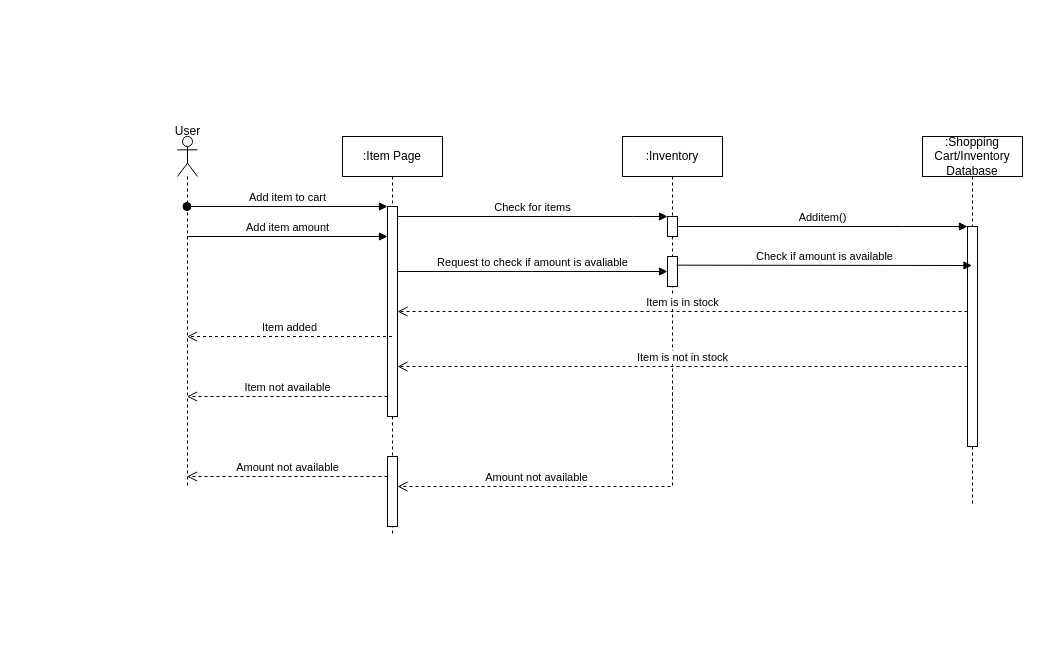
Above: Add item Sequence Diagram.drawio in adl409/SE-project-Group-5 (draw.io), before the change. Source tidied: cells renumbered, new cells numbered last; positions are measured from the earlier drawing's top-left corner, leaving out a move shared by most shapes. Both pictures are drawn from the tidied source at 100%, with x=0, y=0 at pixel (162, 116).
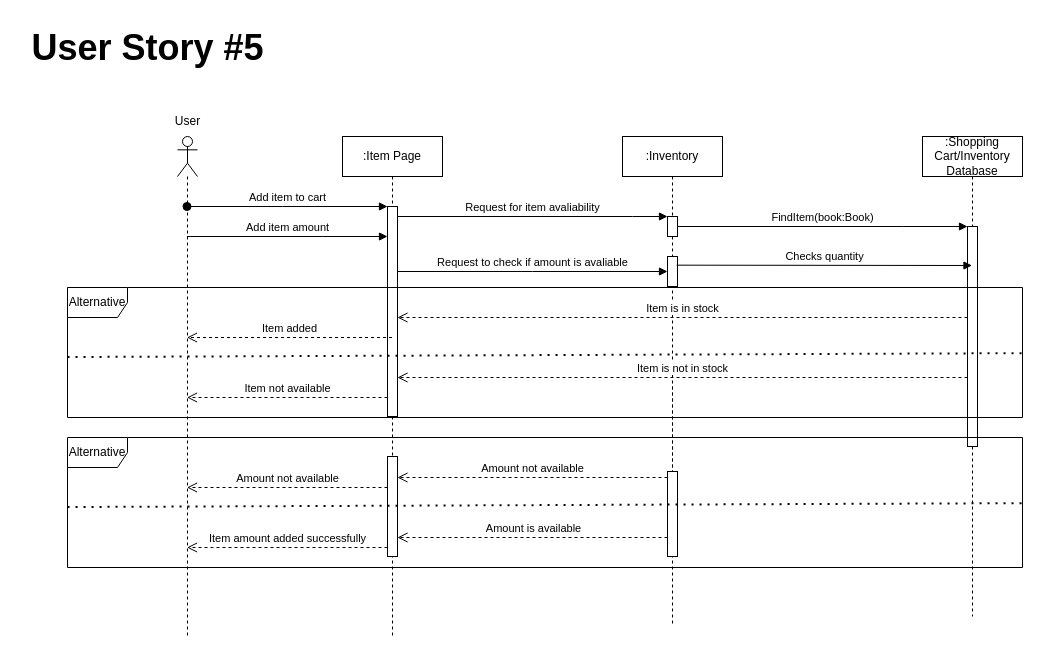
The same page after the edit.

Commit message:
Updated Add Sequence Diagrams Issue #10

Unchanged cells that the change refers to:
```xml
<mxCell id="3" style="html=1;points=[];perimeter=orthogonalPerimeter;outlineConnect=0;targetShapes=umlLifeline;portConstraint=eastwest;newEdgeStyle={&quot;edgeStyle&quot;:&quot;elbowEdgeStyle&quot;,&quot;elbow&quot;:&quot;vertical&quot;,&quot;curved&quot;:0,&quot;rounded&quot;:0};" parent="2" vertex="1">
  <mxGeometry x="45" y="70" width="10" height="210" as="geometry" />
</mxCell>
<mxCell id="12" style="html=1;points=[];perimeter=orthogonalPerimeter;outlineConnect=0;targetShapes=umlLifeline;portConstraint=eastwest;newEdgeStyle={&quot;edgeStyle&quot;:&quot;elbowEdgeStyle&quot;,&quot;elbow&quot;:&quot;vertical&quot;,&quot;curved&quot;:0,&quot;rounded&quot;:0};" parent="11" vertex="1">
  <mxGeometry x="45" y="80" width="10" height="20" as="geometry" />
</mxCell>
<mxCell id="13" style="html=1;points=[];perimeter=orthogonalPerimeter;outlineConnect=0;targetShapes=umlLifeline;portConstraint=eastwest;newEdgeStyle={&quot;edgeStyle&quot;:&quot;elbowEdgeStyle&quot;,&quot;elbow&quot;:&quot;vertical&quot;,&quot;curved&quot;:0,&quot;rounded&quot;:0};" parent="11" vertex="1">
  <mxGeometry x="45" y="120" width="10" height="30" as="geometry" />
</mxCell>
<mxCell id="17" style="html=1;points=[];perimeter=orthogonalPerimeter;outlineConnect=0;targetShapes=umlLifeline;portConstraint=eastwest;newEdgeStyle={&quot;edgeStyle&quot;:&quot;elbowEdgeStyle&quot;,&quot;elbow&quot;:&quot;vertical&quot;,&quot;curved&quot;:0,&quot;rounded&quot;:0};" parent="16" vertex="1">
  <mxGeometry x="45" y="90" width="10" height="220" as="geometry" />
</mxCell>
```

Change to the diagram source:
```diff
@@
     <mxCell id="2" value=":Item Page" style="shape=umlLifeline;perimeter=lifelinePerimeter;whiteSpace=wrap;html=1;outlineConnect=0;portConstraint=eastwest;newEdgeStyle={&quot;edgeStyle&quot;:&quot;elbowEdgeStyle&quot;,&quot;elbow&quot;:&quot;vertical&quot;,&quot;curved&quot;:0,&quot;rounded&quot;:0};" parent="1" vertex="1">
-      <mxGeometry x="180" y="20" width="100" height="400" as="geometry" />
+      <mxGeometry x="180" y="20" width="100" height="500" as="geometry" />
     </mxCell>
@@
     <mxCell id="4" style="shape=umlLifeline;perimeter=lifelinePerimeter;whiteSpace=wrap;html=1;outlineConnect=0;portConstraint=eastwest;newEdgeStyle={&quot;edgeStyle&quot;:&quot;elbowEdgeStyle&quot;,&quot;elbow&quot;:&quot;vertical&quot;,&quot;curved&quot;:0,&quot;rounded&quot;:0};participant=umlActor;" parent="2" vertex="1">
-      <mxGeometry x="-165" width="20" height="350" as="geometry" />
+      <mxGeometry x="-165" width="20" height="500" as="geometry" />
     </mxCell>
     <mxCell id="5" style="html=1;points=[];perimeter=orthogonalPerimeter;outlineConnect=0;targetShapes=umlLifeline;portConstraint=eastwest;newEdgeStyle={&quot;edgeStyle&quot;:&quot;elbowEdgeStyle&quot;,&quot;elbow&quot;:&quot;vertical&quot;,&quot;curved&quot;:0,&quot;rounded&quot;:0};" parent="2" vertex="1">
-      <mxGeometry x="45" y="320" width="10" height="70" as="geometry" />
+      <mxGeometry x="45" y="320" width="10" height="100" as="geometry" />
     </mxCell>
     <mxCell id="6" value="Amount not available" style="html=1;verticalAlign=bottom;endArrow=open;dashed=1;endSize=8;edgeStyle=elbowEdgeStyle;elbow=vertical;curved=0;rounded=0;" parent="2" edge="1" source="5" target="4">
       <mxGeometry relative="1" as="geometry">
         <Array as="points">
+          <mxPoint x="-30" y="351" />
           <mxPoint x="-10" y="340" />
           <mxPoint y="320" />
           <mxPoint x="50" y="420" />
         </Array>
       </mxGeometry>
     </mxCell>
     <mxCell id="7" value="Item added" style="html=1;verticalAlign=bottom;endArrow=open;dashed=1;endSize=8;edgeStyle=elbowEdgeStyle;elbow=vertical;curved=0;rounded=0;" parent="2" edge="1" source="2" target="4">
       <mxGeometry relative="1" as="geometry">
         <Array as="points">
+          <mxPoint x="-100" y="201" />
+          <mxPoint x="-40" y="191" />
+          <mxPoint x="20" y="181" />
+          <mxPoint x="-20" y="210" />
+          <mxPoint y="200" />
           <mxPoint x="10" y="215" />
           <mxPoint x="-20" y="240" />
           <mxPoint y="240" />
           <mxPoint x="10" y="240" />
           <mxPoint x="-60" y="190" />
         </Array>
       </mxGeometry>
     </mxCell>
@@
     <mxCell id="10" value="Item not available" style="html=1;verticalAlign=bottom;endArrow=open;dashed=1;endSize=8;edgeStyle=elbowEdgeStyle;elbow=vertical;curved=0;rounded=0;" parent="2" edge="1" source="3" target="4">
       <mxGeometry relative="1" as="geometry">
         <Array as="points">
+          <mxPoint x="-20" y="261" />
+          <mxPoint x="10" y="241" />
           <mxPoint x="-50" y="260" />
         </Array>
       </mxGeometry>
     </mxCell>
+    <mxCell id="24" value="Item amount added successfully" style="html=1;verticalAlign=bottom;endArrow=open;dashed=1;endSize=8;edgeStyle=elbowEdgeStyle;elbow=vertical;curved=0;rounded=0;fontSize=11;" parent="2" edge="1" source="5" target="4">
+      <mxGeometry relative="1" as="geometry">
+        <Array as="points">
+          <mxPoint x="-130" y="411" />
+        </Array>
+      </mxGeometry>
+    </mxCell>
     <mxCell id="11" value=":Inventory" style="shape=umlLifeline;perimeter=lifelinePerimeter;whiteSpace=wrap;html=1;newEdgeStyle={&quot;edgeStyle&quot;:&quot;elbowEdgeStyle&quot;,&quot;elbow&quot;:&quot;vertical&quot;,&quot;curved&quot;:0,&quot;rounded&quot;:0};" parent="1" vertex="1">
-      <mxGeometry x="460" y="20" width="100" height="300" as="geometry" />
+      <mxGeometry x="460" y="20" width="100" height="490" as="geometry" />
     </mxCell>
@@
+    <mxCell id="25" style="html=1;points=[];perimeter=orthogonalPerimeter;outlineConnect=0;targetShapes=umlLifeline;portConstraint=eastwest;newEdgeStyle={&quot;edgeStyle&quot;:&quot;elbowEdgeStyle&quot;,&quot;elbow&quot;:&quot;vertical&quot;,&quot;curved&quot;:0,&quot;rounded&quot;:0};" parent="11" vertex="1">
+      <mxGeometry x="45" y="335" width="10" height="85" as="geometry" />
+    </mxCell>
     <mxCell id="14" value="User" style="text;html=1;align=center;verticalAlign=middle;strokeColor=none;fillColor=none;" parent="1" vertex="1">
-      <mxGeometry width="50" height="30" as="geometry" />
+      <mxGeometry y="-10" width="50" height="30" as="geometry" />
     </mxCell>
-    <mxCell id="15" value="Amount not available" style="html=1;verticalAlign=bottom;endArrow=open;dashed=1;endSize=8;edgeStyle=elbowEdgeStyle;elbow=vertical;curved=0;rounded=0;" parent="1" edge="1" target="5">
-      <mxGeometry x="0.26" relative="1" as="geometry">
-        <mxPoint x="510" y="270" as="sourcePoint" />
+    <mxCell id="15" value="Amount not available" style="html=1;verticalAlign=bottom;endArrow=open;dashed=1;endSize=8;edgeStyle=elbowEdgeStyle;elbow=vertical;curved=0;rounded=0;startArrow=none;" parent="1" edge="1" source="25" target="5">
+      <mxGeometry relative="1" as="geometry">
         <Array as="points">
+          <mxPoint x="470" y="361" />
           <mxPoint x="400" y="370" />
           <mxPoint x="450" y="340" />
           <mxPoint x="350" y="405" />
           <mxPoint x="290" y="360" />
         </Array>
       </mxGeometry>
     </mxCell>
     <mxCell id="16" value=":Shopping Cart/Inventory Database" style="shape=umlLifeline;perimeter=lifelinePerimeter;whiteSpace=wrap;html=1;outlineConnect=0;portConstraint=eastwest;newEdgeStyle={&quot;edgeStyle&quot;:&quot;elbowEdgeStyle&quot;,&quot;elbow&quot;:&quot;vertical&quot;,&quot;curved&quot;:0,&quot;rounded&quot;:0};" parent="1" vertex="1">
-      <mxGeometry x="760" y="20" width="100" height="370" as="geometry" />
+      <mxGeometry x="760" y="20" width="100" height="480" as="geometry" />
     </mxCell>
@@
-    <mxCell id="18" value="Additem()" style="html=1;verticalAlign=bottom;endArrow=block;edgeStyle=elbowEdgeStyle;elbow=vertical;curved=0;rounded=0;" parent="1" edge="1" source="12" target="17">
+    <mxCell id="18" value="FindItem(book:Book)" style="html=1;verticalAlign=bottom;endArrow=block;edgeStyle=elbowEdgeStyle;elbow=vertical;curved=0;rounded=0;" parent="1" edge="1" source="12" target="17">
       <mxGeometry relative="1" as="geometry">
         <Array as="points">
           <mxPoint x="740" y="110" />
         </Array>
       </mxGeometry>
     </mxCell>
     <mxCell id="19" value="Item is in stock" style="html=1;verticalAlign=bottom;endArrow=open;dashed=1;endSize=8;edgeStyle=elbowEdgeStyle;elbow=vertical;curved=0;rounded=0;" parent="1" edge="1" source="17" target="3">
       <mxGeometry relative="1" as="geometry">
         <Array as="points">
+          <mxPoint x="280" y="201" />
+          <mxPoint x="310" y="221" />
           <mxPoint x="590" y="195" />
           <mxPoint x="340" y="210" />
           <mxPoint x="430" y="240" />
           <mxPoint x="570" y="230" />
           <mxPoint x="620" y="240" />
           <mxPoint x="590" y="170" />
           <mxPoint x="560" y="150" />
           <mxPoint x="700" y="140" />
           <mxPoint x="580" y="200" />
           <mxPoint x="540" y="150" />
         </Array>
       </mxGeometry>
     </mxCell>
     <mxCell id="20" value="Item is not in stock" style="html=1;verticalAlign=bottom;endArrow=open;dashed=1;endSize=8;edgeStyle=elbowEdgeStyle;elbow=vertical;curved=0;rounded=0;" parent="1" edge="1" source="17" target="3">
       <mxGeometry relative="1" as="geometry">
         <Array as="points">
+          <mxPoint x="280" y="261" />
+          <mxPoint x="270" y="291" />
+          <mxPoint x="340" y="281" />
+          <mxPoint x="630" y="261" />
           <mxPoint x="580" y="250" />
           <mxPoint x="670" y="270" />
           <mxPoint x="320" y="260" />
           <mxPoint x="640" y="220" />
           <mxPoint x="590" y="140" />
           <mxPoint x="360" y="130" />
           <mxPoint x="750" y="170" />
           <mxPoint x="580" y="200" />
           <mxPoint x="650" y="190" />
         </Array>
       </mxGeometry>
     </mxCell>
-    <mxCell id="21" value="Check for items" style="html=1;verticalAlign=bottom;endArrow=block;edgeStyle=elbowEdgeStyle;elbow=vertical;curved=0;rounded=0;" parent="1" edge="1" source="3" target="12">
+    <mxCell id="21" value="Request for item avaliability" style="html=1;verticalAlign=bottom;endArrow=block;edgeStyle=elbowEdgeStyle;elbow=vertical;curved=0;rounded=0;" parent="1" edge="1" source="3" target="12">
       <mxGeometry relative="1" as="geometry">
         <Array as="points">
           <mxPoint x="470" y="100" />
         </Array>
       </mxGeometry>
     </mxCell>
@@
-    <mxCell id="23" value="Check if amount is available" style="html=1;verticalAlign=bottom;endArrow=block;edgeStyle=elbowEdgeStyle;elbow=vertical;curved=0;rounded=0;exitX=0.917;exitY=0.289;exitDx=0;exitDy=0;exitPerimeter=0;" parent="1" edge="1" source="13" target="16">
+    <mxCell id="23" value="Checks quantity" style="html=1;verticalAlign=bottom;endArrow=block;edgeStyle=elbowEdgeStyle;elbow=vertical;curved=0;rounded=0;exitX=0.917;exitY=0.289;exitDx=0;exitDy=0;exitPerimeter=0;" parent="1" edge="1" source="13" target="16">
       <mxGeometry relative="1" as="geometry" />
     </mxCell>
+    <mxCell id="26" style="html=1;verticalAlign=bottom;endArrow=none;dashed=1;endSize=8;edgeStyle=elbowEdgeStyle;elbow=vertical;curved=0;rounded=0;" parent="1" edge="1" target="25">
+      <mxGeometry x="0.26" relative="1" as="geometry">
+        <mxPoint x="510" y="270" as="sourcePoint" />
+      </mxGeometry>
+    </mxCell>
+    <mxCell id="27" value="&lt;b&gt;&lt;font style=&quot;font-size: 36px;&quot;&gt;User Story #5&lt;/font&gt;&lt;/b&gt;" style="text;html=1;align=center;verticalAlign=middle;strokeColor=none;fillColor=none;" parent="1" vertex="1">
+      <mxGeometry x="-145" y="-99" width="260" height="60" as="geometry" />
+    </mxCell>
+    <mxCell id="28" value="Alternative" style="shape=umlFrame;whiteSpace=wrap;html=1;" parent="1" vertex="1">
+      <mxGeometry x="-95" y="321" width="955" height="130" as="geometry" />
+    </mxCell>
+    <mxCell id="29" style="html=1;verticalAlign=bottom;endArrow=open;dashed=1;endSize=8;edgeStyle=elbowEdgeStyle;elbow=vertical;curved=0;rounded=0;fontSize=36;" parent="1" edge="1" source="25" target="5">
+      <mxGeometry relative="1" as="geometry">
+        <Array as="points">
+          <mxPoint x="460" y="421" />
+          <mxPoint x="410" y="411" />
+        </Array>
+      </mxGeometry>
+    </mxCell>
+    <mxCell id="30" value="Amount is available" style="edgeLabel;html=1;align=center;verticalAlign=middle;fontSize=11;" parent="29" vertex="1">
+      <mxGeometry x="0.01" relative="1" as="geometry">
+        <mxPoint x="1" y="-10" as="offset" />
+      </mxGeometry>
+    </mxCell>
+    <mxCell id="31" style="endArrow=none;dashed=1;html=1;dashPattern=1 3;strokeWidth=2;rounded=0;exitX=0.999;exitY=0.505;exitDx=0;exitDy=0;exitPerimeter=0;entryX=-0.004;entryY=0.535;entryDx=0;entryDy=0;entryPerimeter=0;" parent="1" edge="1" source="28" target="28">
+      <mxGeometry relative="1" as="geometry" />
+    </mxCell>
+    <mxCell id="32" value="Alternative" style="shape=umlFrame;whiteSpace=wrap;html=1;" parent="1" vertex="1">
+      <mxGeometry x="-95" y="171" width="955" height="130" as="geometry" />
+    </mxCell>
+    <mxCell id="33" style="endArrow=none;dashed=1;html=1;dashPattern=1 3;strokeWidth=2;rounded=0;exitX=0.999;exitY=0.505;exitDx=0;exitDy=0;exitPerimeter=0;entryX=-0.004;entryY=0.535;entryDx=0;entryDy=0;entryPerimeter=0;" parent="1" edge="1" source="32" target="32">
+      <mxGeometry relative="1" as="geometry" />
+    </mxCell>
```
